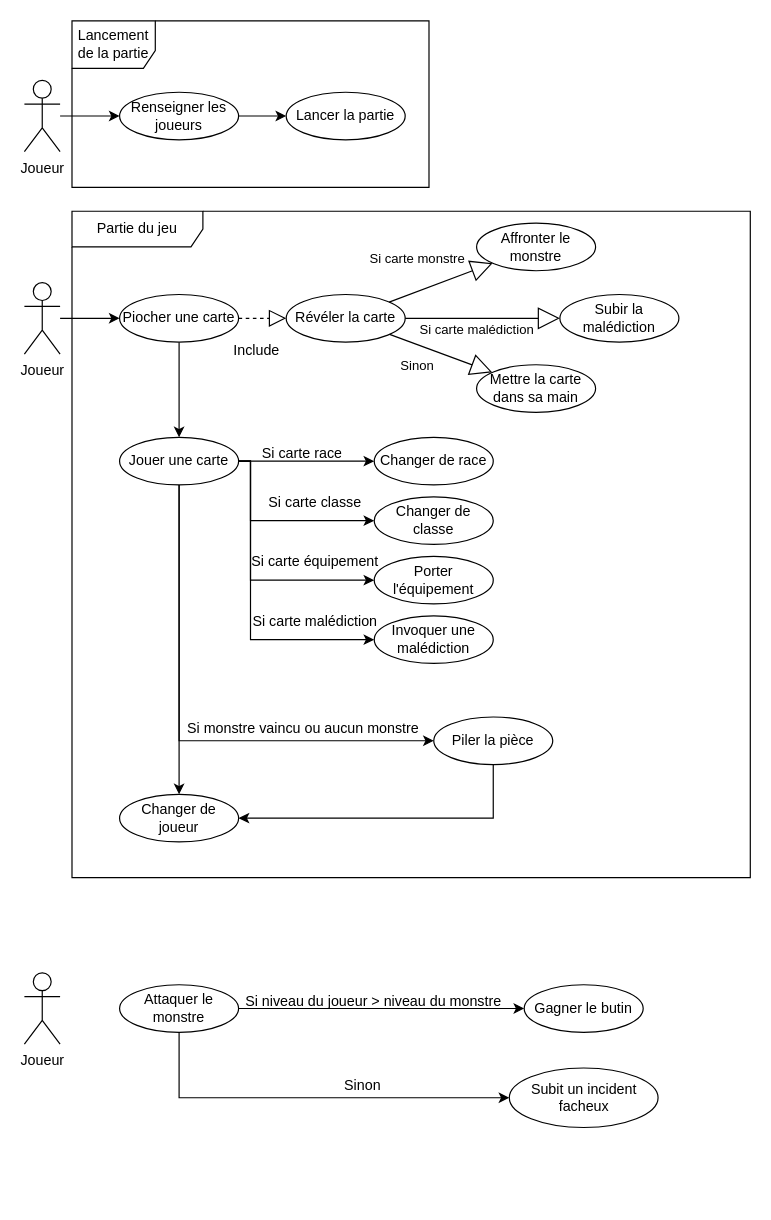
Earlier version of the draw.io diagram Diagramme d'utilisation.drawio (hugoallaine/AP4B_Project). Source tidied: cells renumbered, new cells numbered last; positions are measured from the earlier drawing's top-left corner, leaving out a move shared by most shapes. Both pictures are drawn from the tidied source at 119%, with x=0, y=0 at pixel (24, 20).
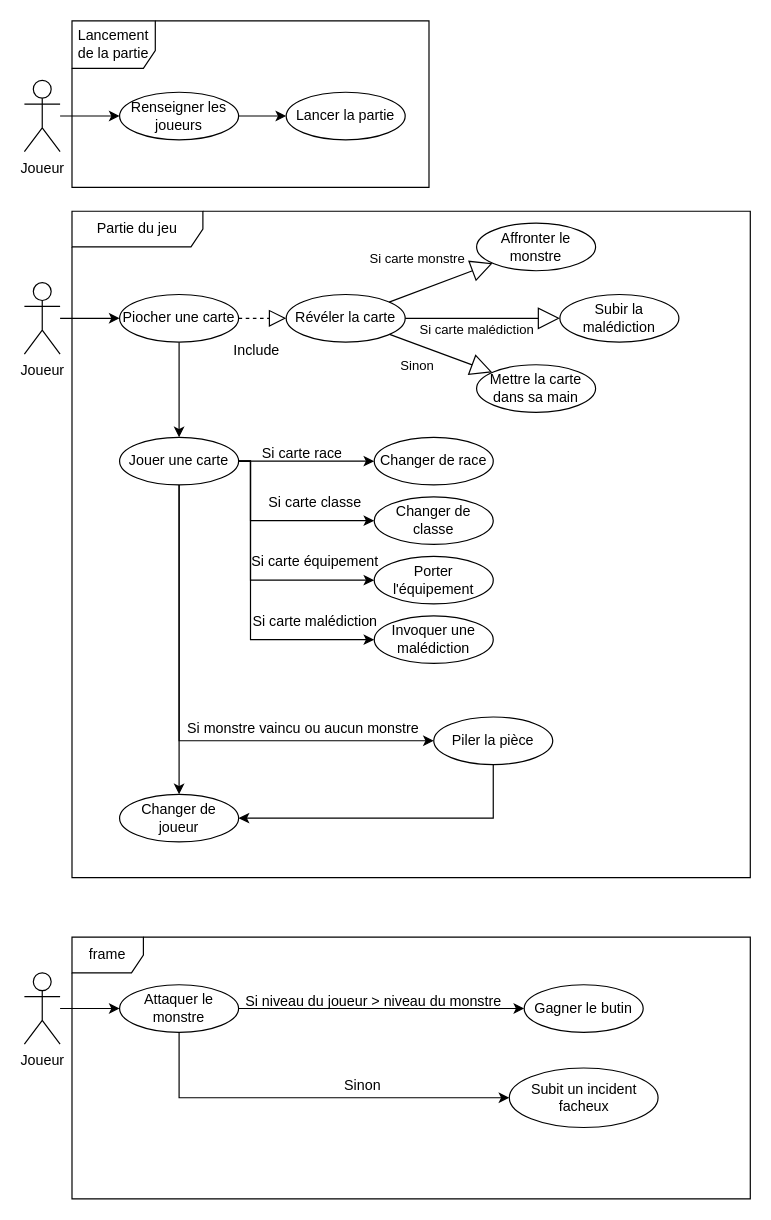
After the change.

Unchanged cells that the change refers to:
```xml
<mxCell id="41" value="Joueur" style="shape=umlActor;verticalLabelPosition=bottom;verticalAlign=top;html=1;" parent="1" vertex="1">
  <mxGeometry y="800" width="30" height="60" as="geometry" />
</mxCell>
<mxCell id="44" value="Attaquer le monstre" style="ellipse;whiteSpace=wrap;html=1;" parent="1" vertex="1">
  <mxGeometry x="80" y="810" width="100" height="40" as="geometry" />
</mxCell>
```

Change to the diagram source:
```diff
@@
+    <mxCell id="49" style="edgeStyle=orthogonalEdgeStyle;rounded=0;jettySize=auto;html=1;entryX=0;entryY=0.5;entryDx=0;entryDy=0;" parent="1" edge="1" source="41" target="44">
+      <mxGeometry relative="1" as="geometry" />
+    </mxCell>
@@
+    <mxCell id="50" value="frame" style="shape=umlFrame;whiteSpace=wrap;html=1;" parent="1" vertex="1">
+      <mxGeometry x="40" y="770" width="570" height="220" as="geometry" />
+    </mxCell>
```
